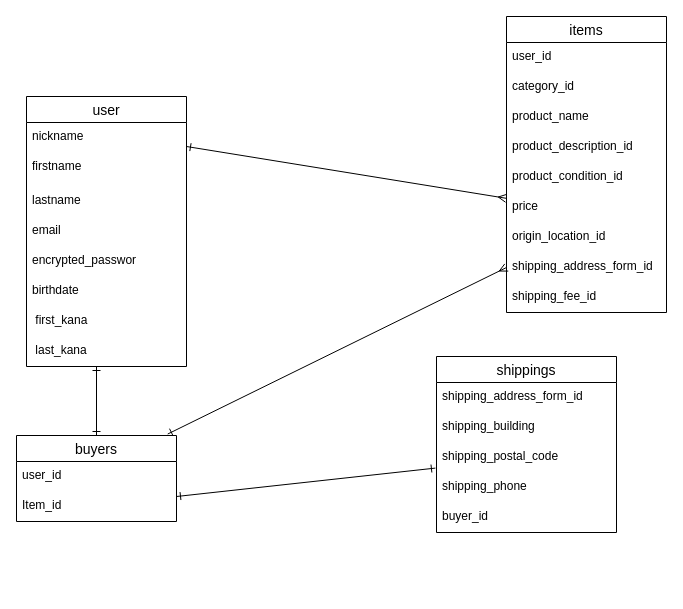
This is app/views/furima.dio from okmon12/furima-39733, a draw.io file, before an edit. Source tidied: cells renumbered, new cells numbered last; positions are measured from the earlier drawing's top-left corner, leaving out a move shared by most shapes. Both pictures are drawn from the tidied source at 100%, with x=0, y=0 at pixel (16, 16).
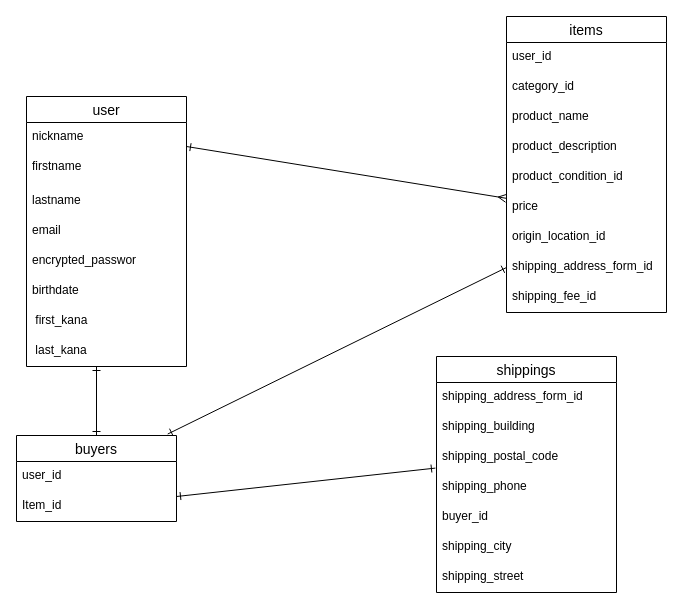
The same page after the edit.

Unchanged cells that the change refers to:
```xml
<mxCell id="17" value="items" style="swimlane;fontStyle=0;horizontal=1;startSize=26;align=center;fontSize=14;" parent="1" vertex="1">
  <mxGeometry x="490" width="160" height="296" as="geometry" />
</mxCell>
<mxCell id="25" value="shipping_address_form_id" style="text;strokeColor=none;fillColor=none;spacingLeft=4;spacingRight=4;overflow=hidden;points=[[0,0.5],[1,0.5]];portConstraint=eastwest;fontSize=12;" parent="17" vertex="1">
  <mxGeometry y="236" width="160" height="30" as="geometry" />
</mxCell>
<mxCell id="28" value="buyers" style="swimlane;fontStyle=0;horizontal=1;startSize=26;align=center;fontSize=14;" parent="1" vertex="1">
  <mxGeometry y="419" width="160" height="86" as="geometry" />
</mxCell>
```

What changed in the source:
```diff
@@
     <mxCell id="2" value="shippings" style="swimlane;fontStyle=0;horizontal=1;startSize=26;align=center;fontSize=14;" parent="1" vertex="1">
-      <mxGeometry x="420" y="340" width="180" height="176" as="geometry" />
+      <mxGeometry x="420" y="340" width="180" height="236" as="geometry" />
     </mxCell>
@@
+    <mxCell id="34" value="shipping_city    " style="text;strokeColor=none;fillColor=none;spacingLeft=4;spacingRight=4;overflow=hidden;fontSize=12;" parent="2" vertex="1">
+      <mxGeometry y="176" width="180" height="30" as="geometry" />
+    </mxCell>
+    <mxCell id="35" value="shipping_street" style="text;strokeColor=none;fillColor=none;spacingLeft=4;spacingRight=4;overflow=hidden;fontSize=12;" parent="2" vertex="1">
+      <mxGeometry y="206" width="180" height="30" as="geometry" />
+    </mxCell>
@@
-    <mxCell id="21" value="product_description_id" style="text;strokeColor=none;fillColor=none;spacingLeft=4;spacingRight=4;overflow=hidden;fontSize=12;" parent="17" vertex="1">
+    <mxCell id="21" value="product_description" style="text;strokeColor=none;fillColor=none;spacingLeft=4;spacingRight=4;overflow=hidden;fontSize=12;" parent="17" vertex="1">
       <mxGeometry y="116" width="160" height="30" as="geometry" />
     </mxCell>
@@
-    <mxCell id="33" style="edgeStyle=none;html=1;exitX=0;exitY=0.5;exitDx=0;exitDy=0;entryX=0.945;entryY=-0.017;entryDx=0;entryDy=0;entryPerimeter=0;startArrow=ERmany;startFill=0;endArrow=ERone;endFill=0;" parent="1" edge="1" source="25" target="28">
+    <mxCell id="33" style="edgeStyle=none;html=1;exitX=0;exitY=0.5;exitDx=0;exitDy=0;entryX=0.945;entryY=-0.017;entryDx=0;entryDy=0;entryPerimeter=0;startArrow=ERone;startFill=0;endArrow=ERone;endFill=0;" parent="1" edge="1" source="25" target="28">
       <mxGeometry relative="1" as="geometry" />
     </mxCell>
```
